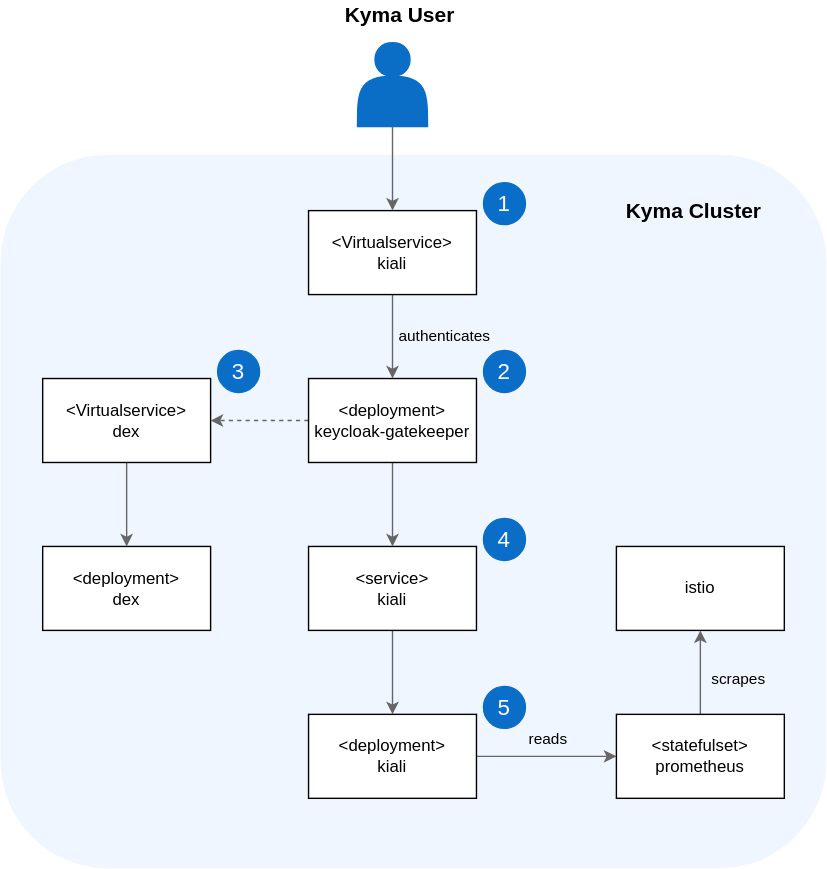
Earlier version of the draw.io export docs/05-technical-reference/00-architecture/assets/obsv-kiali-architecture.svg (kyma-project/kyma). Source tidied: cells renumbered, new cells last; positions are measured from the earlier drawing's top-left corner, leaving out a move shared by most shapes.
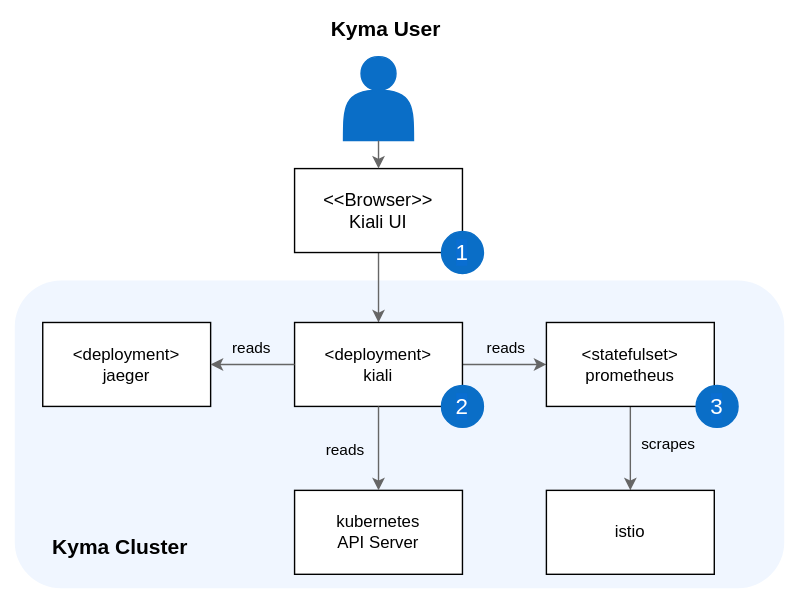
The same file after the commit.

Commit message:
simplify observability diagrams

What changed in the source:
```diff
@@ -2,38 +2,21 @@
   <root>
     <mxCell id="0" />
     <mxCell id="1" parent="0" />
+    <mxCell id="30" style="rounded=0;whiteSpace=wrap;html=1;strokeColor=none;fillColor=#FFFFFF;" parent="1" vertex="1">
+      <mxGeometry x="30" y="100" width="570" height="420" as="geometry" />
+    </mxCell>
     <mxCell id="2" style="rounded=1;whiteSpace=wrap;html=1;strokeColor=none;fillColor=#F0F6FF;" parent="1" vertex="1">
-      <mxGeometry y="110" width="590" height="510" as="geometry" />
+      <mxGeometry x="40" y="300" width="550" height="220" as="geometry" />
     </mxCell>
     <mxCell id="3" value="&lt;font style=&quot;font-size: 15px&quot;&gt;&lt;b&gt;Kyma Cluster&lt;/b&gt;&lt;/font&gt;" style="text;html=1;align=center;verticalAlign=middle;" parent="1" vertex="1">
-      <mxGeometry x="440" y="140" width="110" height="20" as="geometry" />
+      <mxGeometry x="60" y="480" width="110" height="20" as="geometry" />
     </mxCell>
-    <mxCell id="4" style="edgeStyle=orthogonalEdgeStyle;rounded=1;jettySize=auto;html=1;strokeColor=#666666;" parent="1" edge="1" source="6" target="11">
+    <mxCell id="4" style="edgeStyle=orthogonalEdgeStyle;rounded=1;jettySize=auto;html=1;strokeColor=#666666;entryX=0.5;entryY=0;entryDx=0;entryDy=0;" parent="1" edge="1" source="6" target="14">
       <mxGeometry relative="1" as="geometry" />
     </mxCell>
-    <mxCell id="5" value="authenticates" style="edgeLabel;html=1;align=center;verticalAlign=middle;labelBackgroundColor=none;" parent="4" vertex="1">
-      <mxGeometry x="0.05" y="2" relative="1" as="geometry">
-        <mxPoint x="34" y="-3" as="offset" />
-      </mxGeometry>
-    </mxCell>
-    <mxCell id="6" value="&amp;lt;Virtualservice&amp;gt;&lt;br&gt;kiali" style="rounded=0;whiteSpace=wrap;html=1;" parent="1" vertex="1">
-      <mxGeometry x="220" y="150" width="120" height="60" as="geometry" />
+    <mxCell id="6" value="&lt;span style=&quot;font-size: 13px&quot;&gt;&amp;lt;&amp;lt;Browser&amp;gt;&amp;gt;&lt;/span&gt;&lt;br style=&quot;font-size: 13px&quot;&gt;&lt;span style=&quot;font-size: 13px&quot;&gt;Kiali UI&lt;/span&gt;" style="rounded=0;whiteSpace=wrap;html=1;" parent="1" vertex="1">
+      <mxGeometry x="240" y="220" width="120" height="60" as="geometry" />
     </mxCell>
-    <mxCell id="7" style="edgeStyle=orthogonalEdgeStyle;rounded=1;jettySize=auto;html=1;exitX=0.5;exitY=1;exitDx=0;exitDy=0;strokeColor=#666666;" parent="1" edge="1" source="8" target="14">
-      <mxGeometry relative="1" as="geometry" />
-    </mxCell>
-    <mxCell id="8" value="&amp;lt;service&amp;gt;&lt;br&gt;kiali" style="rounded=0;whiteSpace=wrap;html=1;" parent="1" vertex="1">
-      <mxGeometry x="220" y="390" width="120" height="60" as="geometry" />
-    </mxCell>
-    <mxCell id="9" style="edgeStyle=orthogonalEdgeStyle;rounded=1;jettySize=auto;html=1;exitX=0.5;exitY=1;exitDx=0;exitDy=0;entryX=0.5;entryY=0;entryDx=0;entryDy=0;strokeColor=#666666;" parent="1" edge="1" source="11" target="8">
-      <mxGeometry relative="1" as="geometry" />
-    </mxCell>
-    <mxCell id="10" style="edgeStyle=orthogonalEdgeStyle;rounded=1;jettySize=auto;html=1;dashed=1;strokeColor=#666666;" parent="1" edge="1" source="11" target="20">
-      <mxGeometry relative="1" as="geometry" />
-    </mxCell>
-    <mxCell id="11" value="&amp;lt;deployment&amp;gt;&lt;br&gt;keycloak-gatekeeper" style="rounded=0;whiteSpace=wrap;html=1;" parent="1" vertex="1">
-      <mxGeometry x="220" y="270" width="120" height="60" as="geometry" />
-    </mxCell>
     <mxCell id="12" style="edgeStyle=orthogonalEdgeStyle;rounded=1;jettySize=auto;html=1;exitX=1;exitY=0.5;exitDx=0;exitDy=0;entryX=0;entryY=0.5;entryDx=0;entryDy=0;strokeColor=#666666;" parent="1" edge="1" source="14" target="17">
       <mxGeometry relative="1" as="geometry" />
     </mxCell>
@@ -43,9 +26,9 @@
       </mxGeometry>
     </mxCell>
     <mxCell id="14" value="&amp;lt;deployment&amp;gt;&lt;br&gt;kiali" style="rounded=0;whiteSpace=wrap;html=1;" parent="1" vertex="1">
-      <mxGeometry x="220" y="510" width="120" height="60" as="geometry" />
+      <mxGeometry x="240" y="330" width="120" height="60" as="geometry" />
     </mxCell>
-    <mxCell id="15" style="edgeStyle=orthogonalEdgeStyle;rounded=1;jettySize=auto;html=1;exitX=0.5;exitY=0;exitDx=0;exitDy=0;entryX=0.5;entryY=1;entryDx=0;entryDy=0;strokeColor=#666666;" parent="1" edge="1" source="17" target="21">
+    <mxCell id="15" style="edgeStyle=orthogonalEdgeStyle;rounded=1;jettySize=auto;html=1;exitX=0.5;exitY=1;exitDx=0;exitDy=0;entryX=0.5;entryY=0;entryDx=0;entryDy=0;strokeColor=#666666;" parent="1" edge="1" source="17" target="21">
       <mxGeometry relative="1" as="geometry" />
     </mxCell>
     <mxCell id="16" value="scrapes" style="edgeLabel;html=1;align=center;verticalAlign=middle;labelBackgroundColor=none;" parent="15" vertex="1">
@@ -54,43 +37,55 @@
       </mxGeometry>
     </mxCell>
     <mxCell id="17" value="&amp;lt;statefulset&amp;gt;&lt;br&gt;prometheus" style="rounded=0;whiteSpace=wrap;html=1;" parent="1" vertex="1">
-      <mxGeometry x="440" y="510" width="120" height="60" as="geometry" />
+      <mxGeometry x="420" y="330" width="120" height="60" as="geometry" />
     </mxCell>
-    <mxCell id="18" value="&amp;lt;deployment&amp;gt;&lt;br&gt;dex" style="rounded=0;whiteSpace=wrap;html=1;" parent="1" vertex="1">
-      <mxGeometry x="30" y="390" width="120" height="60" as="geometry" />
-    </mxCell>
-    <mxCell id="19" style="edgeStyle=orthogonalEdgeStyle;rounded=1;jettySize=auto;html=1;exitX=0.5;exitY=1;exitDx=0;exitDy=0;entryX=0.5;entryY=0;entryDx=0;entryDy=0;strokeColor=#666666;" parent="1" edge="1" source="20" target="18">
-      <mxGeometry relative="1" as="geometry" />
+    <mxCell id="19" style="edgeStyle=orthogonalEdgeStyle;rounded=1;jettySize=auto;html=1;exitX=0.5;exitY=1;exitDx=0;exitDy=0;entryX=0.5;entryY=0;entryDx=0;entryDy=0;strokeColor=#666666;" parent="1" edge="1" target="x">
+      <mxGeometry relative="1" as="geometry">
+        <mxPoint x="90" y="330" as="sourcePoint" />
+      </mxGeometry>
     </mxCell>
-    <mxCell id="20" value="&amp;lt;Virtualservice&amp;gt;&lt;br&gt;dex" style="rounded=0;whiteSpace=wrap;html=1;" parent="1" vertex="1">
-      <mxGeometry x="30" y="270" width="120" height="60" as="geometry" />
-    </mxCell>
     <mxCell id="21" value="istio" style="rounded=0;whiteSpace=wrap;html=1;" parent="1" vertex="1">
-      <mxGeometry x="440" y="390" width="120" height="60" as="geometry" />
+      <mxGeometry x="420" y="450" width="120" height="60" as="geometry" />
     </mxCell>
     <mxCell id="22" style="shape=actor;whiteSpace=wrap;html=1;fillColor=#0A6EC7;strokeColor=#0A6EC7;" parent="1" vertex="1">
-      <mxGeometry x="255" y="30" width="50" height="60" as="geometry" />
+      <mxGeometry x="275" y="140" width="50" height="60" as="geometry" />
     </mxCell>
     <mxCell id="23" value="&lt;font style=&quot;font-size: 16px&quot;&gt;1&lt;/font&gt;" style="ellipse;whiteSpace=wrap;html=1;labelBackgroundColor=#0A6ED1;fontColor=#FFFFFF;fillColor=#0A6EC7;strokeColor=#0A6EC7;" parent="1" vertex="1">
-      <mxGeometry x="345" y="130" width="30" height="30" as="geometry" />
+      <mxGeometry x="345" y="265" width="30" height="30" as="geometry" />
     </mxCell>
     <mxCell id="24" value="&lt;font style=&quot;font-size: 16px&quot;&gt;2&lt;/font&gt;" style="ellipse;whiteSpace=wrap;html=1;labelBackgroundColor=#0A6ED1;fontColor=#FFFFFF;fillColor=#0A6EC7;strokeColor=#0A6EC7;" parent="1" vertex="1">
-      <mxGeometry x="345" y="250" width="30" height="30" as="geometry" />
+      <mxGeometry x="345" y="375" width="30" height="30" as="geometry" />
     </mxCell>
     <mxCell id="25" value="&lt;font style=&quot;font-size: 16px&quot;&gt;3&lt;/font&gt;" style="ellipse;whiteSpace=wrap;html=1;labelBackgroundColor=#0A6ED1;fontColor=#FFFFFF;fillColor=#0A6EC7;strokeColor=#0A6EC7;" parent="1" vertex="1">
-      <mxGeometry x="155" y="250" width="30" height="30" as="geometry" />
+      <mxGeometry x="527" y="375" width="30" height="30" as="geometry" />
     </mxCell>
-    <mxCell id="26" value="&lt;span style=&quot;font-size: 16px&quot;&gt;5&lt;/span&gt;" style="ellipse;whiteSpace=wrap;html=1;labelBackgroundColor=#0A6ED1;fontColor=#FFFFFF;fillColor=#0A6EC7;strokeColor=#0A6EC7;" parent="1" vertex="1">
-      <mxGeometry x="345" y="490" width="30" height="30" as="geometry" />
-    </mxCell>
-    <mxCell id="27" value="&lt;font style=&quot;font-size: 16px&quot;&gt;4&lt;/font&gt;" style="ellipse;whiteSpace=wrap;html=1;labelBackgroundColor=#0A6ED1;fontColor=#FFFFFF;fillColor=#0A6EC7;strokeColor=#0A6EC7;" parent="1" vertex="1">
-      <mxGeometry x="345" y="370" width="30" height="30" as="geometry" />
-    </mxCell>
     <mxCell id="28" style="edgeStyle=orthogonalEdgeStyle;rounded=1;jettySize=auto;html=1;startArrow=none;startFill=0;endArrow=classic;endFill=1;strokeColor=#666666;entryX=0.5;entryY=0;entryDx=0;entryDy=0;exitX=0.5;exitY=1;exitDx=0;exitDy=0;" parent="1" edge="1" source="22" target="6">
       <mxGeometry relative="1" as="geometry" />
     </mxCell>
     <mxCell id="29" value="&lt;font style=&quot;font-size: 15px&quot;&gt;&lt;b&gt;Kyma User&lt;/b&gt;&lt;/font&gt;" style="text;html=1;align=center;verticalAlign=middle;fontSize=15;" parent="1" vertex="1">
-      <mxGeometry x="240" width="90" height="20" as="geometry" />
+      <mxGeometry x="260" y="110" width="90" height="20" as="geometry" />
     </mxCell>
+    <mxCell id="31" value="kubernetes&lt;br&gt;API Server" style="rounded=0;whiteSpace=wrap;html=1;" parent="1" vertex="1">
+      <mxGeometry x="240" y="450" width="120" height="60" as="geometry" />
+    </mxCell>
+    <mxCell id="32" value="&amp;lt;deployment&amp;gt;&lt;br&gt;jaeger" style="rounded=0;whiteSpace=wrap;html=1;" parent="1" vertex="1">
+      <mxGeometry x="60" y="330" width="120" height="60" as="geometry" />
+    </mxCell>
+    <mxCell id="33" style="edgeStyle=orthogonalEdgeStyle;rounded=1;jettySize=auto;html=1;exitX=0.5;exitY=1;exitDx=0;exitDy=0;strokeColor=#666666;" parent="1" edge="1" source="14" target="31">
+      <mxGeometry relative="1" as="geometry" />
+    </mxCell>
+    <mxCell id="34" value="reads" style="edgeLabel;html=1;align=center;verticalAlign=middle;labelBackgroundColor=none;" parent="33" vertex="1">
+      <mxGeometry x="0.03" relative="1" as="geometry">
+        <mxPoint x="-25" y="-1" as="offset" />
+      </mxGeometry>
+    </mxCell>
+    <mxCell id="35" style="edgeStyle=orthogonalEdgeStyle;rounded=1;jettySize=auto;html=1;exitX=0;exitY=0.5;exitDx=0;exitDy=0;strokeColor=#666666;entryX=1;entryY=0.5;entryDx=0;entryDy=0;" parent="1" edge="1" source="14" target="32">
+      <mxGeometry relative="1" as="geometry" />
+    </mxCell>
+    <mxCell id="36" value="reads" style="edgeLabel;html=1;align=center;verticalAlign=middle;labelBackgroundColor=none;" parent="35" vertex="1">
+      <mxGeometry x="0.03" relative="1" as="geometry">
+        <mxPoint x="-1" y="-13" as="offset" />
+      </mxGeometry>
+    </mxCell>
   </root>
 </mxGraphModel>
```
